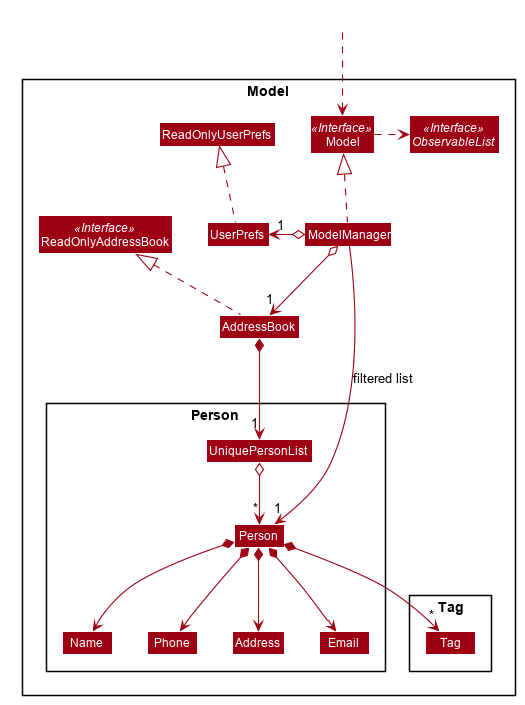
Above: docs/images/ModelClassDiagram.png in se-edu/addressbook-level3 (PlantUML), before the change.
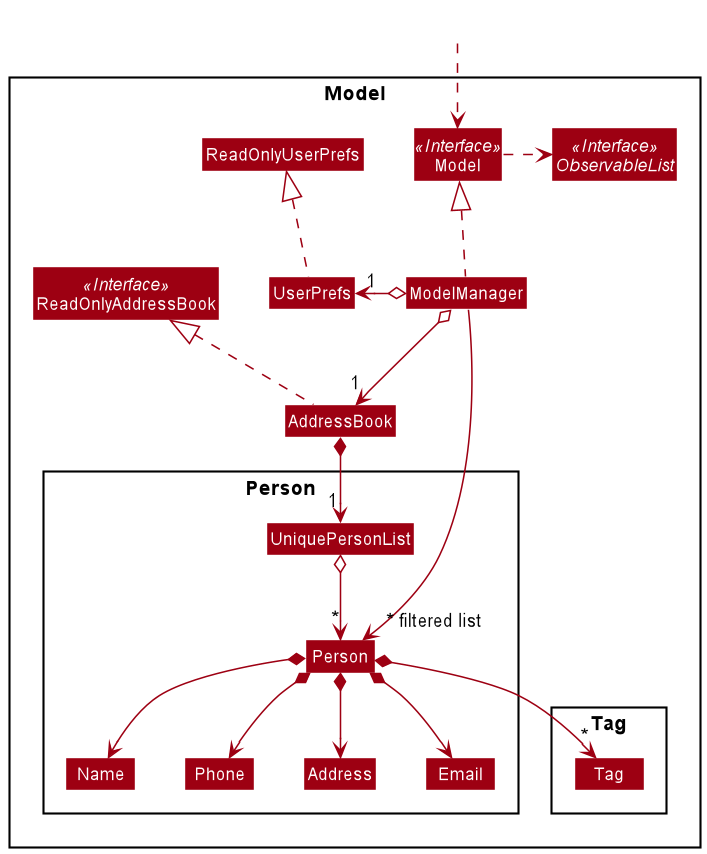
Later version of the same file.

Commit message:
Fix notation mistake in Model class diagram

What changed in the source:
```diff
@@ -1,55 +1,8 @@
 @startuml
-
-
-
-
-
-
-
-
-skinparam BackgroundColor #FFFFFFF
-
-skinparam Shadowing false
-
-skinparam Class {
-    FontColor #FFFFFF
-    BorderThickness 1
-    BorderColor #FFFFFF
-    StereotypeFontColor #FFFFFF
-    FontName Arial
-}
-
-skinparam Actor {
-    BorderColor #000000
-    Color #000000
-    FontName Arial
-}
-
-skinparam Sequence {
-    MessageAlign center
-    BoxFontSize 15
-    BoxPadding 0
-    BoxFontColor #FFFFFF
-    FontName Arial
-}
-
-skinparam Participant {
-    FontColor #FFFFFFF
-    Padding 20
-}
-
-skinparam MinClassWidth 50
-skinparam ParticipantPadding 10
-skinparam Shadowing false
-skinparam DefaultTextAlignment center
-skinparam packageStyle Rectangle
-
-hide footbox
-hide members
-hide circle
+!include style.puml
 skinparam arrowThickness 1.1
-skinparam arrowColor #9D0012
-skinparam classBackgroundColor #9D0012
+skinparam arrowColor MODEL_COLOR
+skinparam classBackgroundColor MODEL_COLOR
 
 Package Model <<Rectangle>>{
 Interface ReadOnlyAddressBook <<Interface>>
@@ -99,5 +52,5 @@
 Phone -[hidden]right-> Address
 Address -[hidden]right-> Email
 
-ModelManager -->"1" Person : filtered list
+ModelManager -->"~* filtered list" Person
 @enduml
```
